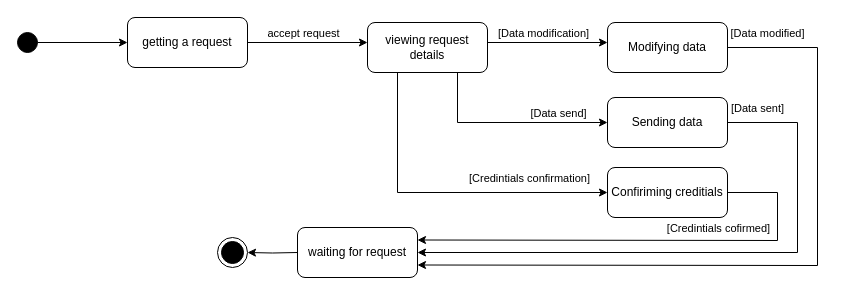
Earlier version of the draw.io diagram page "Database" (3 of 3) of State Diagram.drawio (sarraGhali/Drone-parking-system). Source tidied: cells renumbered, new cells numbered last; positions are measured from the earlier drawing's top-left corner, leaving out a move shared by most shapes. Both pictures are drawn from the tidied source at 100%, with x=0, y=0 at pixel (17, 17).
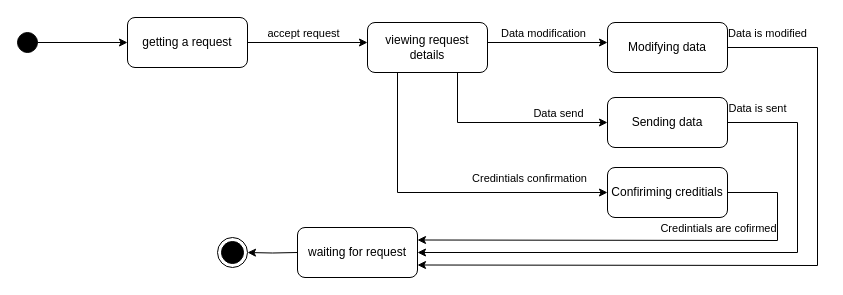
Above is the later version.

The change refers to these unchanged cells:
```xml
<mxCell id="8" style="endArrow=classic;html=1;rounded=0;" parent="1" edge="1">
  <mxGeometry relative="1" as="geometry">
    <mxPoint x="470" y="25" as="sourcePoint" />
    <mxPoint x="590" y="25" as="targetPoint" />
  </mxGeometry>
</mxCell>
<mxCell id="11" style="endArrow=classic;html=1;rounded=0;exitX=0.75;exitY=1;exitDx=0;exitDy=0;entryX=0;entryY=0.5;entryDx=0;entryDy=0;" parent="1" edge="1" source="7" target="13">
  <mxGeometry relative="1" as="geometry">
    <Array as="points">
      <mxPoint x="440" y="105" />
    </Array>
  </mxGeometry>
</mxCell>
<mxCell id="15" style="endArrow=classic;html=1;rounded=0;exitX=0.25;exitY=1;exitDx=0;exitDy=0;entryX=0;entryY=0.5;entryDx=0;entryDy=0;" parent="1" edge="1" source="7" target="14">
  <mxGeometry relative="1" as="geometry">
    <Array as="points">
      <mxPoint x="380" y="175" />
    </Array>
  </mxGeometry>
</mxCell>
<mxCell id="17" style="endArrow=classic;html=1;rounded=0;exitX=1;exitY=0.5;exitDx=0;exitDy=0;entryX=1;entryY=0.75;entryDx=0;entryDy=0;" parent="1" edge="1" source="10" target="23">
  <mxGeometry relative="1" as="geometry">
    <Array as="points">
      <mxPoint x="800" y="30" />
      <mxPoint x="800" y="248" />
    </Array>
  </mxGeometry>
</mxCell>
<mxCell id="19" style="endArrow=classic;html=1;rounded=0;entryX=1;entryY=0.5;entryDx=0;entryDy=0;exitX=1;exitY=0.5;exitDx=0;exitDy=0;" parent="1" edge="1" source="13" target="23">
  <mxGeometry relative="1" as="geometry">
    <Array as="points">
      <mxPoint x="780" y="105" />
      <mxPoint x="780" y="235" />
    </Array>
  </mxGeometry>
</mxCell>
<mxCell id="21" style="endArrow=classic;html=1;rounded=0;exitX=1;exitY=0.5;exitDx=0;exitDy=0;entryX=1;entryY=0.25;entryDx=0;entryDy=0;" parent="1" edge="1" source="14" target="23">
  <mxGeometry relative="1" as="geometry">
    <Array as="points">
      <mxPoint x="760" y="175" />
      <mxPoint x="760" y="223" />
    </Array>
  </mxGeometry>
</mxCell>
```

What changed in the source:
```diff
@@
-    <mxCell id="9" value="[Data modification]" style="edgeLabel;html=1;align=center;verticalAlign=middle;" parent="8" vertex="1">
+    <mxCell id="9" value="Data modification" style="edgeLabel;html=1;align=center;verticalAlign=middle;" parent="8" vertex="1">
       <mxGeometry x="-0.19" y="-2" relative="1" as="geometry">
         <mxPoint x="6" y="-12" as="offset" />
       </mxGeometry>
     </mxCell>
@@
-    <mxCell id="12" value="[Data send]" style="edgeLabel;html=1;align=center;verticalAlign=middle;" parent="11" vertex="1">
+    <mxCell id="12" value="Data send" style="edgeLabel;html=1;align=center;verticalAlign=middle;" parent="11" vertex="1">
       <mxGeometry x="-0.19" y="-2" relative="1" as="geometry">
         <mxPoint x="69" y="-12" as="offset" />
       </mxGeometry>
     </mxCell>
@@
-    <mxCell id="16" value="[Credintials confirmation]" style="edgeLabel;html=1;align=center;verticalAlign=middle;" parent="15" vertex="1">
+    <mxCell id="16" value="Credintials confirmation" style="edgeLabel;html=1;align=center;verticalAlign=middle;" parent="15" vertex="1">
       <mxGeometry x="0.28" y="-2" relative="1" as="geometry">
         <mxPoint x="40" y="-17" as="offset" />
       </mxGeometry>
     </mxCell>
@@
-    <mxCell id="18" value="[Data modified]" style="edgeLabel;html=1;align=center;verticalAlign=middle;" parent="17" vertex="1">
+    <mxCell id="18" value="Data is modified" style="edgeLabel;html=1;align=center;verticalAlign=middle;" parent="17" vertex="1">
       <mxGeometry x="-0.9" y="-2" relative="1" as="geometry">
         <mxPoint x="4" y="-17" as="offset" />
       </mxGeometry>
     </mxCell>
@@
-    <mxCell id="20" value="[Data sent]" style="edgeLabel;html=1;align=center;verticalAlign=middle;" parent="19" vertex="1">
+    <mxCell id="20" value="Data is sent" style="edgeLabel;html=1;align=center;verticalAlign=middle;" parent="19" vertex="1">
       <mxGeometry x="-0.95" y="2" relative="1" as="geometry">
         <mxPoint x="14" y="-13" as="offset" />
       </mxGeometry>
     </mxCell>
@@
-    <mxCell id="22" value="[Credintials cofirmed]" style="edgeLabel;html=1;align=center;verticalAlign=middle;" parent="21" vertex="1">
+    <mxCell id="22" value="Credintials are cofirmed" style="edgeLabel;html=1;align=center;verticalAlign=middle;" parent="21" vertex="1">
       <mxGeometry x="-0.93" y="1" relative="1" as="geometry">
         <mxPoint x="-26" y="36" as="offset" />
       </mxGeometry>
     </mxCell>
```
